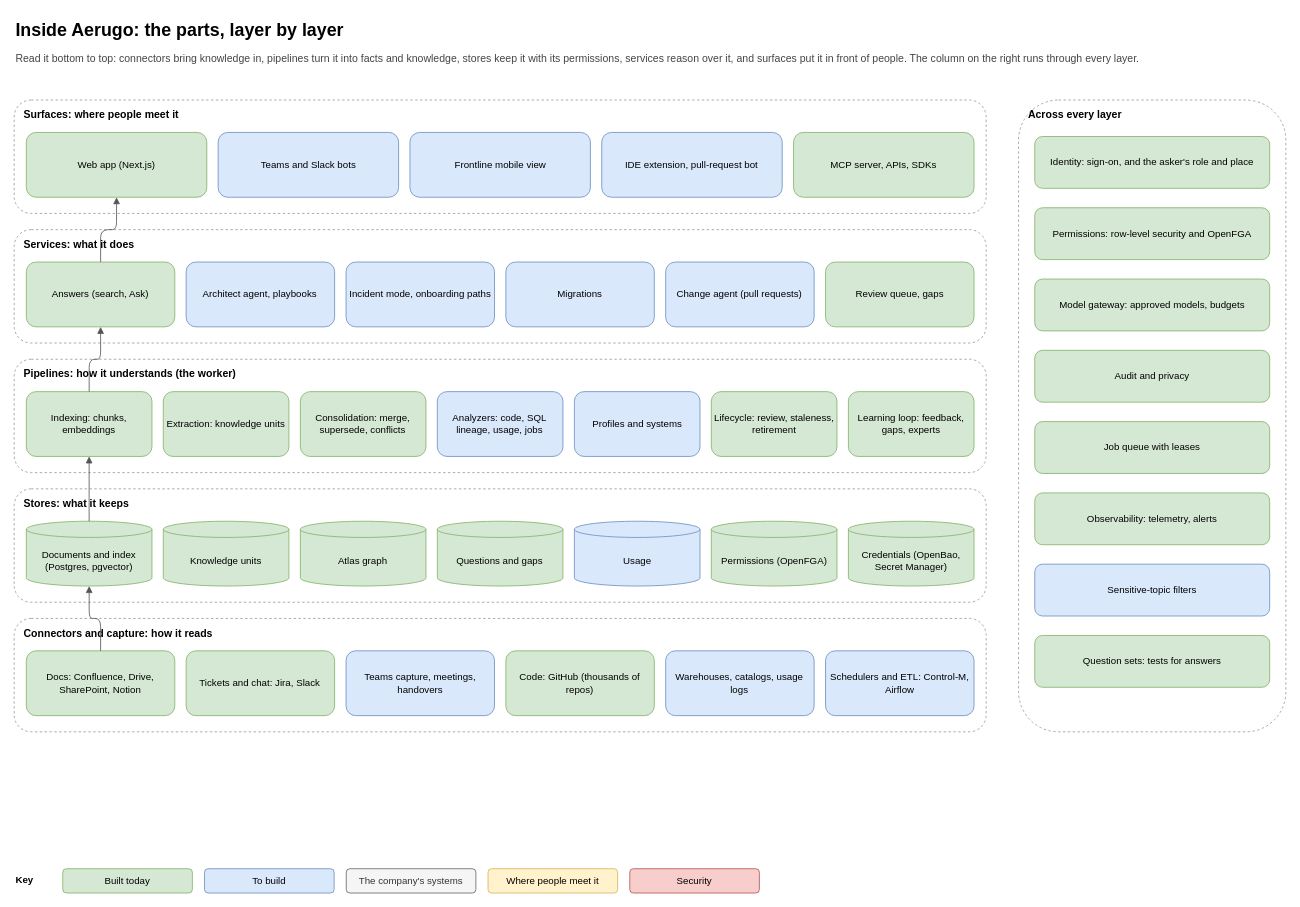
This is page "2. Components" (2 of 10) of docs/architecture/aerugo-architecture.drawio from aerugo-hq/aerugo-self-host, a draw.io file, before an edit. Source tidied: cells renumbered, new cells numbered last; positions are measured from the earlier drawing's top-left corner, leaving out a move shared by most shapes. Both pictures are drawn from the tidied source at 81%, with x=0, y=0 at pixel (14, 14).
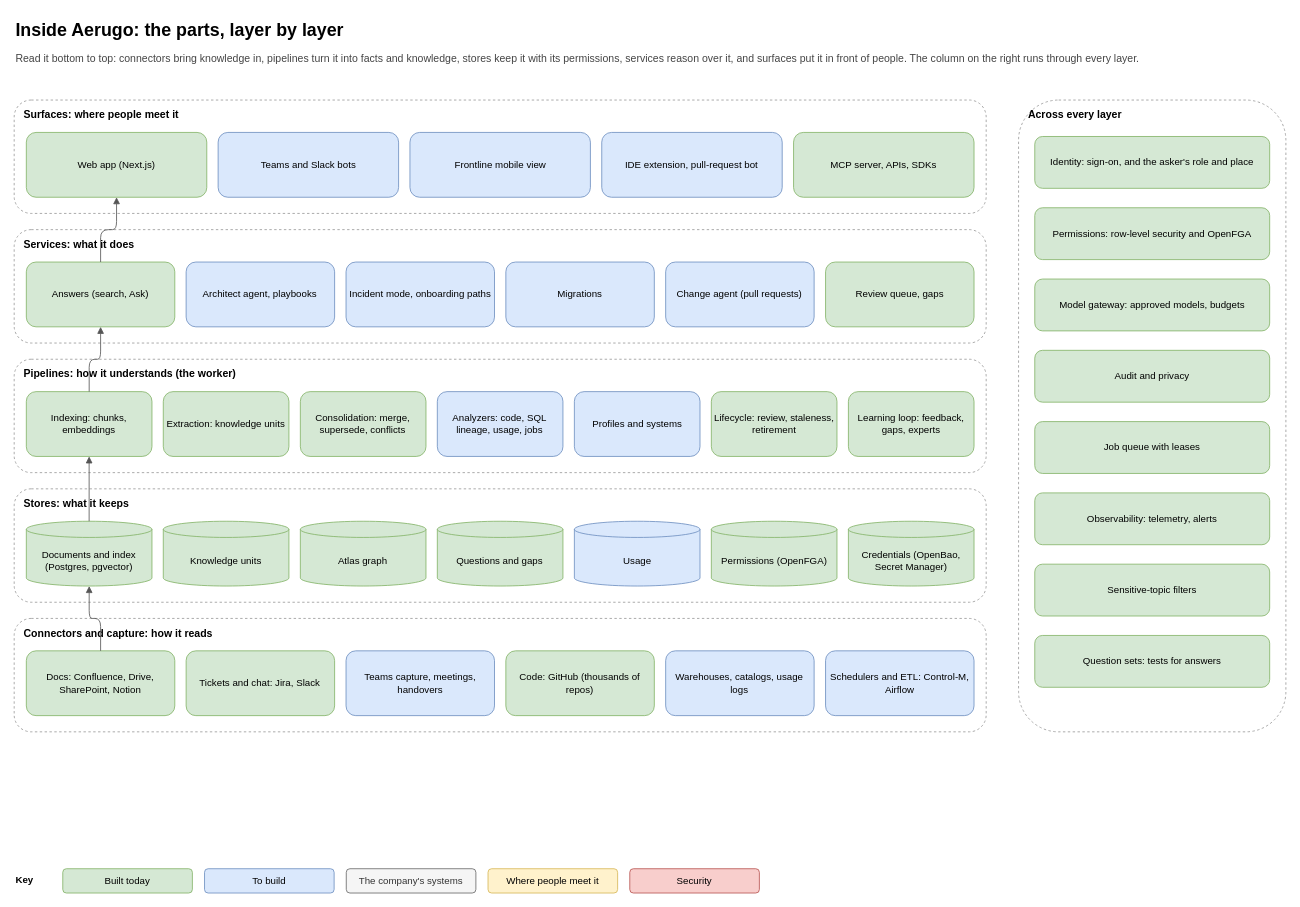
After the change.

Diff of the diagram source:
```diff
@@
-    <mxCell id="51" value="Sensitive-topic filters" style="rounded=1;whiteSpace=wrap;html=1;fillColor=#dae8fc;strokeColor=#6c8ebf;fontSize=12;" parent="1" vertex="1">
+    <mxCell id="51" value="Sensitive-topic filters" style="rounded=1;whiteSpace=wrap;html=1;fillColor=#d5e8d4;strokeColor=#82b366;fontSize=12;" parent="1" vertex="1">
       <mxGeometry x="1260" y="679" width="290" height="64" as="geometry" />
     </mxCell>
```
